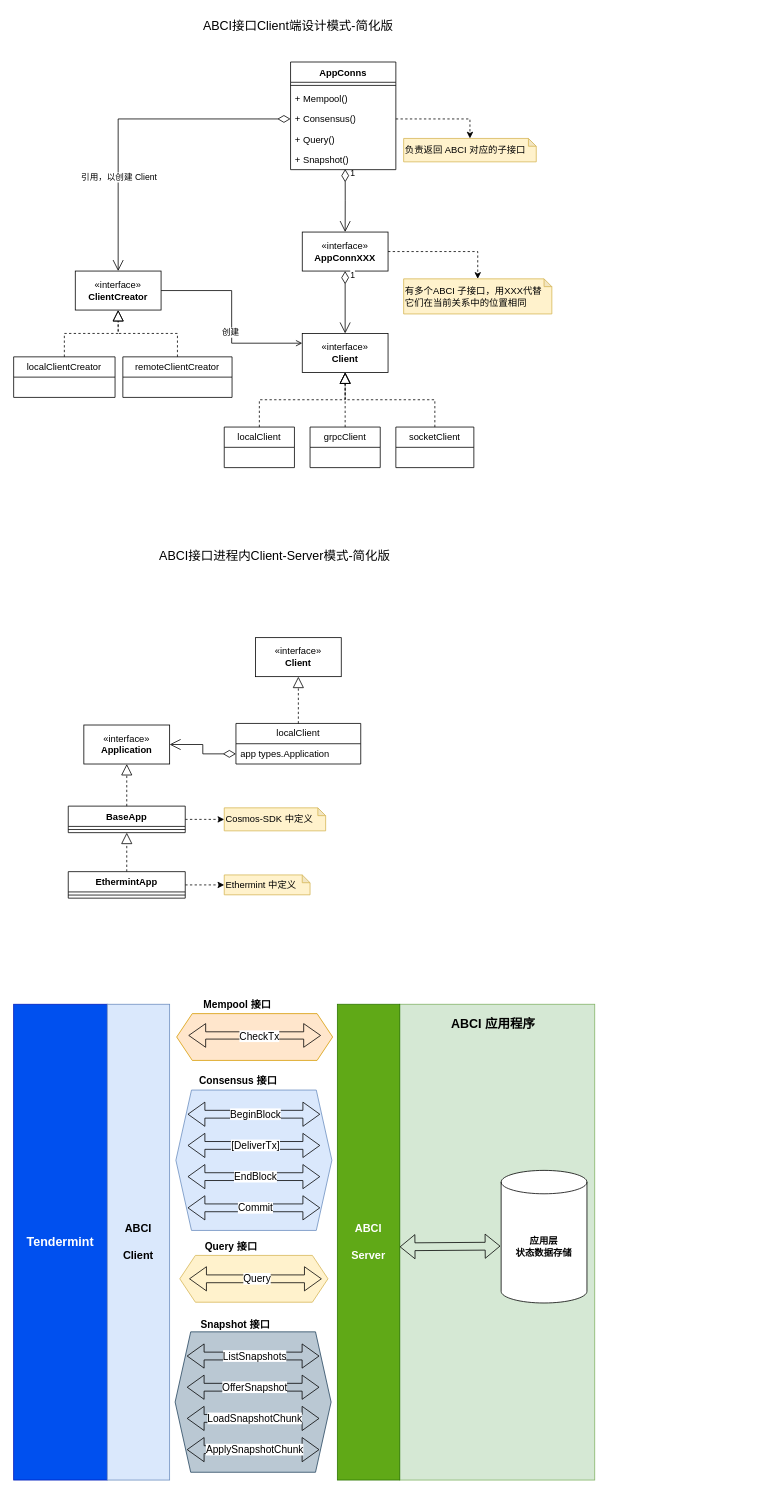
The draw.io diagram page "ABCI接口分析" (7 of 8) of images/ethermint分析绘图.drawio in wanggeng01041454/EthermintStudyNote, before the edit. Source tidied: cells renumbered, new cells numbered last; positions are measured from the earlier drawing's top-left corner, leaving out a move shared by most shapes. Both pictures are drawn from the tidied source at 78%, with x=0, y=0 at pixel (13, 13).
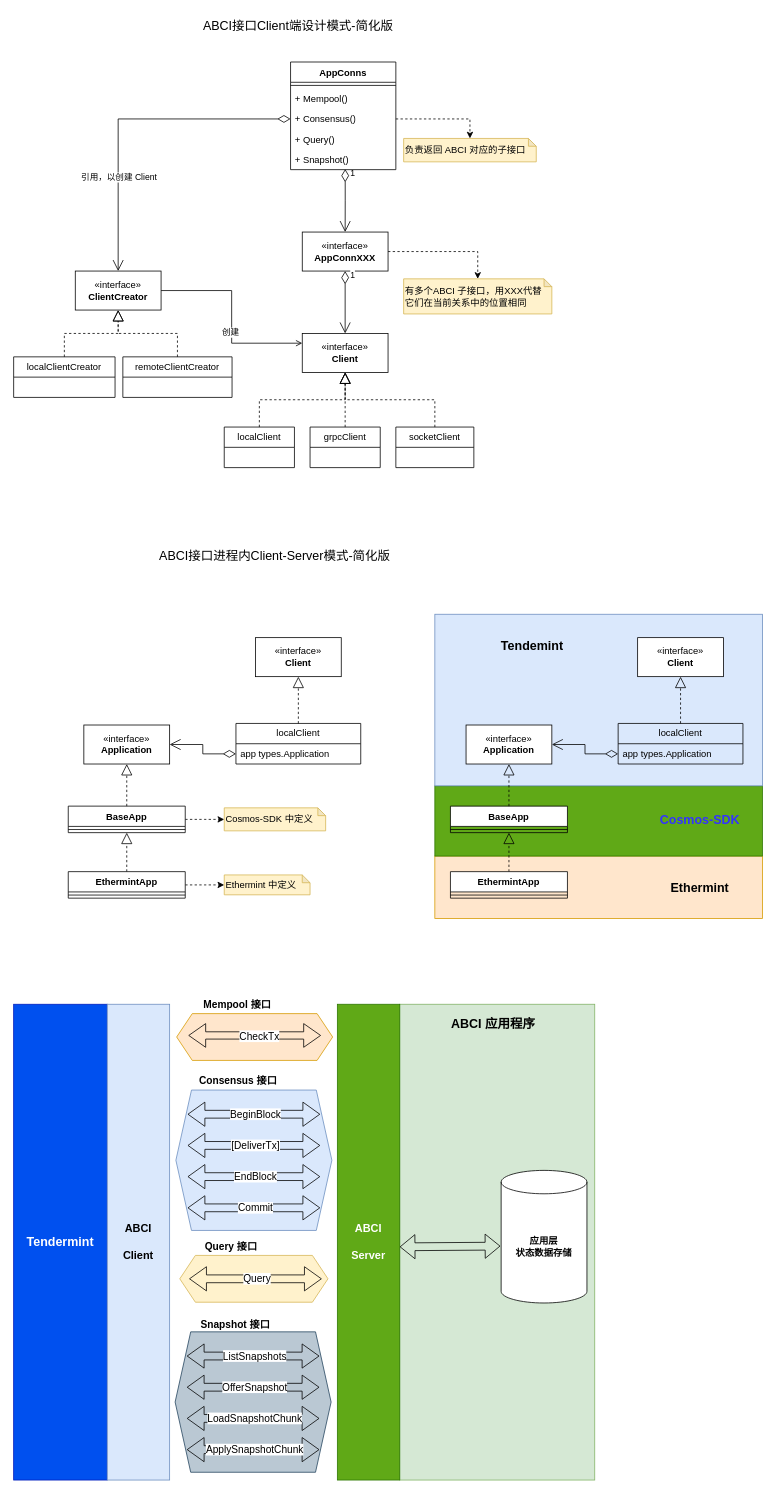
The same diagram, later.

What changed in the source:
```diff
@@
+    <mxCell id="84" style="rounded=0;whiteSpace=wrap;html=1;fillColor=#ffe6cc;strokeColor=#d79b00;" parent="1" vertex="1">
+      <mxGeometry x="540" y="1080" width="420" height="80" as="geometry" />
+    </mxCell>
+    <mxCell id="85" style="rounded=0;whiteSpace=wrap;html=1;fillColor=#60a917;fontColor=#ffffff;strokeColor=#2D7600;" parent="1" vertex="1">
+      <mxGeometry x="540" y="990" width="420" height="90" as="geometry" />
+    </mxCell>
+    <mxCell id="86" style="rounded=0;whiteSpace=wrap;html=1;fillColor=#dae8fc;strokeColor=#6c8ebf;" parent="1" vertex="1">
+      <mxGeometry x="540" y="770" width="420" height="220" as="geometry" />
+    </mxCell>
@@
+    <mxCell id="87" value="«interface»&lt;br&gt;&lt;b&gt;Client&lt;/b&gt;" style="html=1;whiteSpace=wrap;" parent="1" vertex="1">
+      <mxGeometry x="800" y="800" width="110" height="50" as="geometry" />
+    </mxCell>
+    <mxCell id="88" value="localClient" style="swimlane;fontStyle=0;horizontal=1;startSize=26;fillColor=none;whiteSpace=wrap;html=1;" parent="1" vertex="1">
+      <mxGeometry x="775" y="910" width="160" height="52" as="geometry" />
+    </mxCell>
+    <mxCell id="89" value="app types.Application" style="text;strokeColor=none;fillColor=none;align=left;verticalAlign=top;spacingLeft=4;spacingRight=4;overflow=hidden;points=[[0,0.5],[1,0.5]];portConstraint=eastwest;whiteSpace=wrap;html=1;" parent="88" vertex="1">
+      <mxGeometry y="26" width="160" height="26" as="geometry" />
+    </mxCell>
+    <mxCell id="90" style="endArrow=block;dashed=1;endFill=0;endSize=12;html=1;rounded=0;entryX=0.5;entryY=1;entryDx=0;entryDy=0;edgeStyle=orthogonalEdgeStyle;" parent="1" edge="1" source="88" target="87">
+      <mxGeometry relative="1" as="geometry" />
+    </mxCell>
+    <mxCell id="91" style="endArrow=block;dashed=1;endFill=0;endSize=12;html=1;rounded=0;entryX=0.5;entryY=1;entryDx=0;entryDy=0;exitX=0.5;exitY=0;exitDx=0;exitDy=0;edgeStyle=orthogonalEdgeStyle;" parent="1" edge="1" source="97" target="94">
+      <mxGeometry relative="1" as="geometry" />
+    </mxCell>
+    <mxCell id="92" value="«interface»&lt;br&gt;&lt;b&gt;Application&lt;/b&gt;" style="html=1;whiteSpace=wrap;" parent="1" vertex="1">
+      <mxGeometry x="580" y="912" width="110" height="50" as="geometry" />
+    </mxCell>
+    <mxCell id="93" style="endArrow=open;html=1;endSize=12;startArrow=diamondThin;startSize=14;startFill=0;edgeStyle=orthogonalEdgeStyle;align=left;verticalAlign=bottom;rounded=0;entryX=1;entryY=0.5;entryDx=0;entryDy=0;exitX=0;exitY=0.5;exitDx=0;exitDy=0;" parent="1" edge="1" source="89" target="92">
+      <mxGeometry x="-1" y="3" relative="1" as="geometry" />
+    </mxCell>
+    <mxCell id="94" value="BaseApp" style="swimlane;fontStyle=1;align=center;verticalAlign=top;horizontal=1;startSize=26;whiteSpace=wrap;html=1;" parent="1" vertex="1">
+      <mxGeometry x="560" y="1016" width="150" height="34" as="geometry" />
+    </mxCell>
+    <mxCell id="95" style="line;strokeWidth=1;fillColor=none;align=left;verticalAlign=middle;spacingTop=-1;spacingLeft=3;spacingRight=3;labelPosition=right;strokeColor=inherit;" parent="94" vertex="1">
+      <mxGeometry y="26" width="150" height="8" as="geometry" />
+    </mxCell>
+    <mxCell id="96" style="endArrow=block;dashed=1;endFill=0;endSize=12;html=1;rounded=0;entryX=0.5;entryY=1;entryDx=0;entryDy=0;edgeStyle=orthogonalEdgeStyle;exitX=0.5;exitY=0;exitDx=0;exitDy=0;" parent="1" edge="1" source="94" target="92">
+      <mxGeometry relative="1" as="geometry" />
+    </mxCell>
+    <mxCell id="97" value="EthermintApp" style="swimlane;fontStyle=1;align=center;verticalAlign=top;horizontal=1;startSize=26;whiteSpace=wrap;html=1;" parent="1" vertex="1">
+      <mxGeometry x="560" y="1100" width="150" height="34" as="geometry" />
+    </mxCell>
+    <mxCell id="98" style="line;strokeWidth=1;fillColor=none;align=left;verticalAlign=middle;spacingTop=-1;spacingLeft=3;spacingRight=3;labelPosition=right;strokeColor=inherit;" parent="97" vertex="1">
+      <mxGeometry y="26" width="150" height="8" as="geometry" />
+    </mxCell>
+    <mxCell id="99" value="Tendemint" style="text;html=1;strokeColor=none;fillColor=none;align=center;verticalAlign=middle;whiteSpace=wrap;rounded=0;fontSize=16;fontStyle=1;" parent="1" vertex="1">
+      <mxGeometry x="610" y="790" width="110" height="40" as="geometry" />
+    </mxCell>
+    <mxCell id="100" value="Cosmos-SDK" style="text;html=1;strokeColor=none;fillColor=none;align=center;verticalAlign=middle;whiteSpace=wrap;rounded=0;fontSize=16;fontStyle=1;fontColor=#3333FF;" parent="1" vertex="1">
+      <mxGeometry x="825" y="1013" width="110" height="40" as="geometry" />
+    </mxCell>
+    <mxCell id="101" value="Ethermint" style="text;html=1;strokeColor=none;fillColor=none;align=center;verticalAlign=middle;whiteSpace=wrap;rounded=0;fontSize=16;fontStyle=1;" parent="1" vertex="1">
+      <mxGeometry x="825" y="1100" width="110" height="40" as="geometry" />
+    </mxCell>
```
